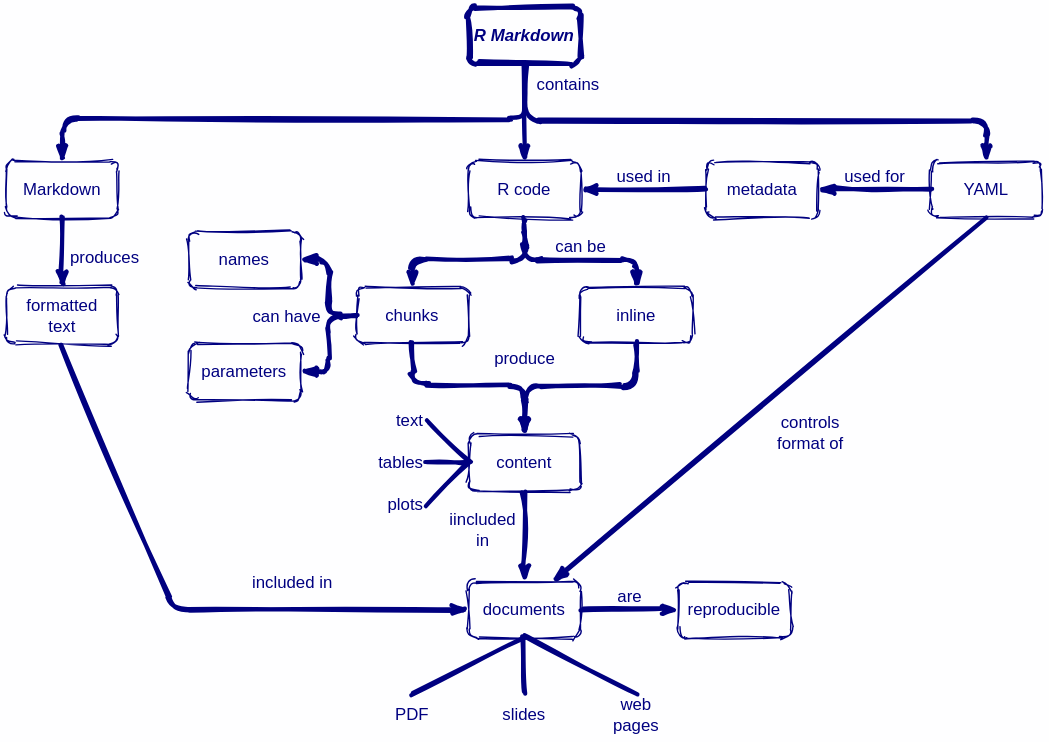
The draw.io diagram en/rmarkdown.svg in rstudio/concept-maps, before a commit. Source tidied: cells renumbered, new cells last; positions are measured from the earlier drawing's top-left corner, leaving out a move shared by most shapes.
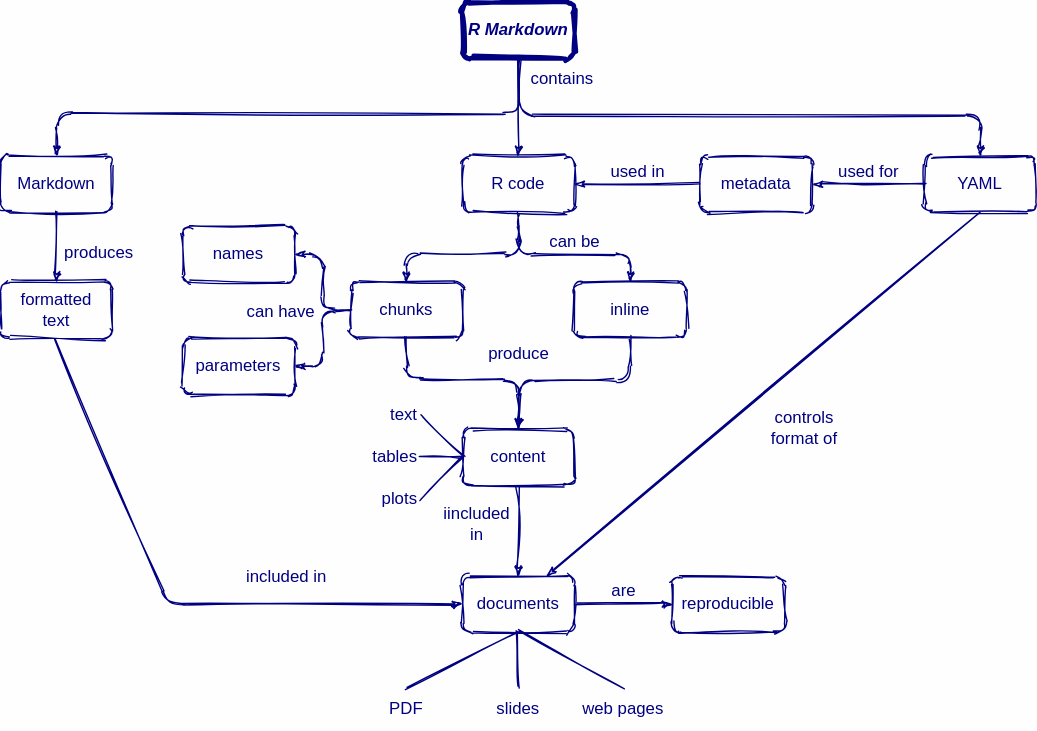
Later version of the same file.

What changed in the source:
```diff
@@ -4,6 +4,6 @@
     <mxCell id="1" parent="0" />
-    <mxCell id="2" value="produces" style="edgeStyle=none;rounded=1;html=1;labelBackgroundColor=none;startArrow=none;startFill=0;startSize=5;endArrow=classicThin;endFill=1;endSize=5;jettySize=auto;strokeWidth=3;fontFamily=Helvetica;fontSize=12;entryX=0.5;entryY=0;entryDx=0;entryDy=0;verticalAlign=bottom;sketch=1;exitX=0.5;exitY=1;exitDx=0;exitDy=0;fontColor=#000080;strokeColor=#000080;" parent="1" edge="1" source="32" target="38">
+    <mxCell id="2" value="produces" style="edgeStyle=none;rounded=1;html=1;labelBackgroundColor=none;startArrow=none;startFill=0;startSize=5;endArrow=classicThin;endFill=1;endSize=5;jettySize=auto;strokeWidth=1;fontFamily=Helvetica;fontSize=12;entryX=0.5;entryY=0;entryDx=0;entryDy=0;verticalAlign=bottom;sketch=1;exitX=0.5;exitY=1;exitDx=0;exitDy=0;fontColor=#000080;strokeColor=#000080;" parent="1" edge="1" source="32" target="38">
       <mxGeometry x="0.5" y="30" relative="1" as="geometry" />
     </mxCell>
-    <mxCell id="3" style="edgeStyle=none;rounded=1;html=1;labelBackgroundColor=none;startArrow=none;startFill=0;startSize=5;endArrow=classicThin;endFill=1;endSize=5;jettySize=auto;strokeWidth=3;fontFamily=Helvetica;fontSize=12;entryX=0.5;entryY=0;entryDx=0;entryDy=0;verticalAlign=bottom;sketch=1;exitX=0.5;exitY=1;exitDx=0;exitDy=0;fontColor=#000080;strokeColor=#000080;" parent="1" edge="1" source="31" target="32">
+    <mxCell id="3" style="edgeStyle=none;rounded=1;html=1;labelBackgroundColor=none;startArrow=none;startFill=0;startSize=5;endArrow=classicThin;endFill=1;endSize=5;jettySize=auto;strokeWidth=1;fontFamily=Helvetica;fontSize=12;entryX=0.5;entryY=0;entryDx=0;entryDy=0;verticalAlign=bottom;sketch=1;exitX=0.5;exitY=1;exitDx=0;exitDy=0;fontColor=#000080;strokeColor=#000080;" parent="1" edge="1" source="31" target="32">
       <mxGeometry relative="1" as="geometry">
@@ -15,3 +15,3 @@
     </mxCell>
-    <mxCell id="4" style="edgeStyle=none;rounded=1;html=1;labelBackgroundColor=none;startArrow=none;startFill=0;startSize=5;endArrow=classicThin;endFill=1;endSize=5;jettySize=auto;strokeWidth=3;fontFamily=Helvetica;fontSize=12;entryX=0.5;entryY=0;entryDx=0;entryDy=0;verticalAlign=bottom;sketch=1;exitX=0.5;exitY=1;exitDx=0;exitDy=0;fontColor=#000080;strokeColor=#000080;" parent="1" edge="1" source="31" target="33">
+    <mxCell id="4" style="edgeStyle=none;rounded=1;html=1;labelBackgroundColor=none;startArrow=none;startFill=0;startSize=5;endArrow=classicThin;endFill=1;endSize=5;jettySize=auto;strokeWidth=1;fontFamily=Helvetica;fontSize=12;entryX=0.5;entryY=0;entryDx=0;entryDy=0;verticalAlign=bottom;sketch=1;exitX=0.5;exitY=1;exitDx=0;exitDy=0;fontColor=#000080;strokeColor=#000080;" parent="1" edge="1" source="31" target="33">
       <mxGeometry relative="1" as="geometry" />
@@ -23,18 +23,18 @@
     </mxCell>
-    <mxCell id="6" style="edgeStyle=none;rounded=1;html=1;labelBackgroundColor=none;startArrow=none;startFill=0;startSize=5;endArrow=classicThin;endFill=1;endSize=5;jettySize=auto;strokeWidth=3;fontFamily=Helvetica;fontSize=12;entryX=0.5;entryY=0;entryDx=0;entryDy=0;verticalAlign=bottom;sketch=1;fontColor=#000080;strokeColor=#000080;" parent="1" edge="1" target="34">
-      <mxGeometry relative="1" as="geometry">
-        <mxPoint x="370" y="40" as="sourcePoint" />
-        <Array as="points">
-          <mxPoint x="370" y="80" />
-          <mxPoint x="700" y="80" />
-        </Array>
-      </mxGeometry>
-    </mxCell>
+    <mxCell id="44" style="edgeStyle=none;rounded=1;html=1;labelBackgroundColor=none;startArrow=none;startFill=0;startSize=5;endArrow=classicThin;endFill=1;endSize=5;jettySize=auto;strokeWidth=1;fontFamily=Helvetica;fontSize=12;entryX=0.5;entryY=0;entryDx=0;entryDy=0;verticalAlign=bottom;sketch=1;fontColor=#000080;strokeColor=#000080;" parent="1" edge="1" target="34">
+      <mxGeometry relative="1" as="geometry">
+        <mxPoint x="370" y="40" as="sourcePoint" />
+        <Array as="points">
+          <mxPoint x="370" y="80" />
+          <mxPoint x="700" y="80" />
+        </Array>
+      </mxGeometry>
+    </mxCell>
-    <mxCell id="7" value="used for" style="edgeStyle=none;rounded=1;html=1;labelBackgroundColor=none;startArrow=none;startFill=0;startSize=5;endArrow=classicThin;endFill=1;endSize=5;jettySize=auto;strokeWidth=3;fontFamily=Helvetica;fontSize=12;entryX=1;entryY=0.5;entryDx=0;entryDy=0;verticalAlign=bottom;sketch=1;exitX=0;exitY=0.5;exitDx=0;exitDy=0;fontColor=#000080;strokeColor=#000080;" parent="1" edge="1" source="34" target="35">
+    <mxCell id="7" value="used for" style="edgeStyle=none;rounded=1;html=1;labelBackgroundColor=none;startArrow=none;startFill=0;startSize=5;endArrow=classicThin;endFill=1;endSize=5;jettySize=auto;strokeWidth=1;fontFamily=Helvetica;fontSize=12;entryX=1;entryY=0.5;entryDx=0;entryDy=0;verticalAlign=bottom;sketch=1;exitX=0;exitY=0.5;exitDx=0;exitDy=0;fontColor=#000080;strokeColor=#000080;" parent="1" edge="1" source="34" target="35">
       <mxGeometry relative="1" as="geometry" />
     </mxCell>
-    <mxCell id="8" value="used in" style="edgeStyle=none;rounded=1;html=1;labelBackgroundColor=none;startArrow=none;startFill=0;startSize=5;endArrow=classicThin;endFill=1;endSize=5;jettySize=auto;strokeWidth=3;fontFamily=Helvetica;fontSize=12;entryX=1;entryY=0.5;entryDx=0;entryDy=0;verticalAlign=bottom;sketch=1;exitX=0;exitY=0.5;exitDx=0;exitDy=0;fontColor=#000080;strokeColor=#000080;" parent="1" edge="1" source="35" target="33">
+    <mxCell id="8" value="used in" style="edgeStyle=none;rounded=1;html=1;labelBackgroundColor=none;startArrow=none;startFill=0;startSize=5;endArrow=classicThin;endFill=1;endSize=5;jettySize=auto;strokeWidth=1;fontFamily=Helvetica;fontSize=12;entryX=1;entryY=0.5;entryDx=0;entryDy=0;verticalAlign=bottom;sketch=1;exitX=0;exitY=0.5;exitDx=0;exitDy=0;fontColor=#000080;strokeColor=#000080;" parent="1" edge="1" source="35" target="33">
       <mxGeometry relative="1" as="geometry" />
     </mxCell>
-    <mxCell id="9" style="edgeStyle=none;rounded=1;html=1;labelBackgroundColor=none;startArrow=none;startFill=0;startSize=5;endArrow=classicThin;endFill=1;endSize=5;jettySize=auto;strokeWidth=3;fontFamily=Helvetica;fontSize=12;entryX=0.5;entryY=0;entryDx=0;entryDy=0;verticalAlign=bottom;sketch=1;exitX=0.5;exitY=1;exitDx=0;exitDy=0;fontColor=#000080;strokeColor=#000080;" parent="1" edge="1" source="33" target="37">
+    <mxCell id="9" style="edgeStyle=none;rounded=1;html=1;labelBackgroundColor=none;startArrow=none;startFill=0;startSize=5;endArrow=classicThin;endFill=1;endSize=5;jettySize=auto;strokeWidth=1;fontFamily=Helvetica;fontSize=12;entryX=0.5;entryY=0;entryDx=0;entryDy=0;verticalAlign=bottom;sketch=1;exitX=0.5;exitY=1;exitDx=0;exitDy=0;fontColor=#000080;strokeColor=#000080;" parent="1" edge="1" source="33" target="37">
       <mxGeometry relative="1" as="geometry">
@@ -46,3 +46,3 @@
     </mxCell>
-    <mxCell id="10" value="can be" style="edgeStyle=none;rounded=1;html=1;labelBackgroundColor=none;startArrow=none;startFill=0;startSize=5;endArrow=classicThin;endFill=1;endSize=5;jettySize=auto;strokeWidth=3;fontFamily=Helvetica;fontSize=12;entryX=0.5;entryY=0;entryDx=0;entryDy=0;verticalAlign=bottom;sketch=1;fontColor=#000080;strokeColor=#000080;" parent="1" edge="1" target="36">
+    <mxCell id="10" value="can be" style="edgeStyle=none;rounded=1;html=1;labelBackgroundColor=none;startArrow=none;startFill=0;startSize=5;endArrow=classicThin;endFill=1;endSize=5;jettySize=auto;strokeWidth=1;fontFamily=Helvetica;fontSize=12;entryX=0.5;entryY=0;entryDx=0;entryDy=0;verticalAlign=bottom;sketch=1;fontColor=#000080;strokeColor=#000080;" parent="1" edge="1" target="36">
       <mxGeometry relative="1" as="geometry">
@@ -55,3 +55,3 @@
     </mxCell>
-    <mxCell id="11" style="edgeStyle=none;rounded=1;html=1;labelBackgroundColor=none;startArrow=none;startFill=0;startSize=5;endArrow=classicThin;endFill=1;endSize=5;jettySize=auto;strokeWidth=3;fontFamily=Helvetica;fontSize=12;entryX=1;entryY=0.5;entryDx=0;entryDy=0;verticalAlign=bottom;sketch=1;exitX=0;exitY=0.5;exitDx=0;exitDy=0;fontColor=#000080;strokeColor=#000080;" parent="1" edge="1" source="37" target="41">
+    <mxCell id="11" style="edgeStyle=none;rounded=1;html=1;labelBackgroundColor=none;startArrow=none;startFill=0;startSize=5;endArrow=classicThin;endFill=1;endSize=5;jettySize=auto;strokeWidth=1;fontFamily=Helvetica;fontSize=12;entryX=1;entryY=0.5;entryDx=0;entryDy=0;verticalAlign=bottom;sketch=1;exitX=0;exitY=0.5;exitDx=0;exitDy=0;fontColor=#000080;strokeColor=#000080;" parent="1" edge="1" source="37" target="41">
       <mxGeometry relative="1" as="geometry">
@@ -63,3 +63,3 @@
     </mxCell>
-    <mxCell id="12" value="can have" style="edgeStyle=none;rounded=1;html=1;labelBackgroundColor=none;startArrow=none;startFill=0;startSize=5;endArrow=classicThin;endFill=1;endSize=5;jettySize=auto;strokeWidth=3;fontFamily=Helvetica;fontSize=12;entryX=1;entryY=0.5;entryDx=0;entryDy=0;verticalAlign=bottom;sketch=1;exitX=0;exitY=0.5;exitDx=0;exitDy=0;fontColor=#000080;strokeColor=#000080;" parent="1" edge="1" source="37" target="42">
+    <mxCell id="12" value="can have" style="edgeStyle=none;rounded=1;html=1;labelBackgroundColor=none;startArrow=none;startFill=0;startSize=5;endArrow=classicThin;endFill=1;endSize=5;jettySize=auto;strokeWidth=1;fontFamily=Helvetica;fontSize=12;entryX=1;entryY=0.5;entryDx=0;entryDy=0;verticalAlign=bottom;sketch=1;exitX=0;exitY=0.5;exitDx=0;exitDy=0;fontColor=#000080;strokeColor=#000080;" parent="1" edge="1" source="37" target="42">
       <mxGeometry x="1" y="-32" relative="1" as="geometry">
@@ -72,3 +72,3 @@
     </mxCell>
-    <mxCell id="13" value="included in" style="edgeStyle=none;rounded=1;html=1;labelBackgroundColor=none;startArrow=none;startFill=0;startSize=5;endArrow=classicThin;endFill=1;endSize=5;jettySize=auto;strokeWidth=3;fontFamily=Helvetica;fontSize=12;entryX=0;entryY=0.5;entryDx=0;entryDy=0;verticalAlign=bottom;sketch=1;exitX=0.5;exitY=1;exitDx=0;exitDy=0;fontColor=#000080;strokeColor=#000080;" parent="1" edge="1" source="38" target="39">
+    <mxCell id="13" value="included in" style="edgeStyle=none;rounded=1;html=1;labelBackgroundColor=none;startArrow=none;startFill=0;startSize=5;endArrow=classicThin;endFill=1;endSize=5;jettySize=auto;strokeWidth=1;fontFamily=Helvetica;fontSize=12;entryX=0;entryY=0.5;entryDx=0;entryDy=0;verticalAlign=bottom;sketch=1;exitX=0.5;exitY=1;exitDx=0;exitDy=0;fontColor=#000080;strokeColor=#000080;" parent="1" edge="1" source="38" target="39">
       <mxGeometry x="0.39" y="10" relative="1" as="geometry">
@@ -79,3 +79,3 @@
     </mxCell>
-    <mxCell id="14" value="are" style="edgeStyle=none;rounded=1;html=1;labelBackgroundColor=none;startArrow=none;startFill=0;startSize=5;endArrow=classicThin;endFill=1;endSize=5;jettySize=auto;strokeWidth=3;fontFamily=Helvetica;fontSize=12;entryX=0;entryY=0.5;entryDx=0;entryDy=0;verticalAlign=bottom;sketch=1;exitX=1;exitY=0.5;exitDx=0;exitDy=0;fontColor=#000080;strokeColor=#000080;" parent="1" edge="1" source="39" target="40">
+    <mxCell id="14" value="are" style="edgeStyle=none;rounded=1;html=1;labelBackgroundColor=none;startArrow=none;startFill=0;startSize=5;endArrow=classicThin;endFill=1;endSize=5;jettySize=auto;strokeWidth=1;fontFamily=Helvetica;fontSize=12;entryX=0;entryY=0.5;entryDx=0;entryDy=0;verticalAlign=bottom;sketch=1;exitX=1;exitY=0.5;exitDx=0;exitDy=0;fontColor=#000080;strokeColor=#000080;" parent="1" edge="1" source="39" target="40">
       <mxGeometry relative="1" as="geometry" />
@@ -88,15 +88,15 @@
     </mxCell>
-    <mxCell id="17" value="web&lt;br&gt;pages" style="text;html=1;strokeColor=none;fillColor=none;align=center;verticalAlign=middle;whiteSpace=wrap;rounded=0;labelBackgroundColor=none;fontColor=#000080;" parent="1" vertex="1">
-      <mxGeometry x="430" y="490" width="40" height="30" as="geometry" />
+    <mxCell id="17" value="web pages" style="text;html=1;strokeColor=none;fillColor=none;align=center;verticalAlign=middle;whiteSpace=wrap;rounded=0;labelBackgroundColor=none;fontColor=#000080;" parent="1" vertex="1">
+      <mxGeometry x="410" y="490" width="70" height="30" as="geometry" />
     </mxCell>
-    <mxCell id="18" style="edgeStyle=none;rounded=1;html=1;labelBackgroundColor=none;startArrow=none;startFill=0;startSize=5;endArrow=none;endFill=0;endSize=5;jettySize=auto;strokeWidth=3;fontFamily=Helvetica;fontSize=12;entryX=0.5;entryY=0;entryDx=0;entryDy=0;verticalAlign=bottom;sketch=1;exitX=0.5;exitY=1;exitDx=0;exitDy=0;fontColor=#000080;strokeColor=#000080;" parent="1" edge="1" source="39" target="15">
+    <mxCell id="18" style="edgeStyle=none;rounded=1;html=1;labelBackgroundColor=none;startArrow=none;startFill=0;startSize=5;endArrow=none;endFill=0;endSize=5;jettySize=auto;strokeWidth=1;fontFamily=Helvetica;fontSize=12;entryX=0.5;entryY=0;entryDx=0;entryDy=0;verticalAlign=bottom;sketch=1;exitX=0.5;exitY=1;exitDx=0;exitDy=0;fontColor=#000080;strokeColor=#000080;" parent="1" edge="1" source="39" target="15">
       <mxGeometry relative="1" as="geometry" />
     </mxCell>
-    <mxCell id="19" style="edgeStyle=none;rounded=1;html=1;labelBackgroundColor=none;startArrow=none;startFill=0;startSize=5;endArrow=none;endFill=0;endSize=5;jettySize=auto;strokeWidth=3;fontFamily=Helvetica;fontSize=12;entryX=0.5;entryY=0;entryDx=0;entryDy=0;verticalAlign=bottom;sketch=1;exitX=0.5;exitY=1;exitDx=0;exitDy=0;fontColor=#000080;strokeColor=#000080;" parent="1" edge="1" source="39" target="16">
+    <mxCell id="19" style="edgeStyle=none;rounded=1;html=1;labelBackgroundColor=none;startArrow=none;startFill=0;startSize=5;endArrow=none;endFill=0;endSize=5;jettySize=auto;strokeWidth=1;fontFamily=Helvetica;fontSize=12;entryX=0.5;entryY=0;entryDx=0;entryDy=0;verticalAlign=bottom;sketch=1;exitX=0.5;exitY=1;exitDx=0;exitDy=0;fontColor=#000080;strokeColor=#000080;" parent="1" edge="1" source="39" target="16">
       <mxGeometry relative="1" as="geometry" />
     </mxCell>
-    <mxCell id="20" style="edgeStyle=none;rounded=1;html=1;labelBackgroundColor=none;startArrow=none;startFill=0;startSize=5;endArrow=none;endFill=0;endSize=5;jettySize=auto;strokeWidth=3;fontFamily=Helvetica;fontSize=12;entryX=0.5;entryY=0;entryDx=0;entryDy=0;verticalAlign=bottom;sketch=1;exitX=0.5;exitY=1;exitDx=0;exitDy=0;fontColor=#000080;strokeColor=#000080;" parent="1" edge="1" source="39" target="17">
+    <mxCell id="20" style="edgeStyle=none;rounded=1;html=1;labelBackgroundColor=none;startArrow=none;startFill=0;startSize=5;endArrow=none;endFill=0;endSize=5;jettySize=auto;strokeWidth=1;fontFamily=Helvetica;fontSize=12;entryX=0.5;entryY=0;entryDx=0;entryDy=0;verticalAlign=bottom;sketch=1;exitX=0.5;exitY=1;exitDx=0;exitDy=0;fontColor=#000080;strokeColor=#000080;" parent="1" edge="1" source="39" target="17">
       <mxGeometry relative="1" as="geometry" />
     </mxCell>
-    <mxCell id="21" value="produce" style="edgeStyle=none;rounded=1;html=1;labelBackgroundColor=none;startArrow=none;startFill=0;startSize=5;endArrow=classicThin;endFill=1;endSize=5;jettySize=auto;strokeWidth=3;fontFamily=Helvetica;fontSize=12;entryX=0.5;entryY=0;entryDx=0;entryDy=0;verticalAlign=bottom;sketch=1;exitX=0.5;exitY=1;exitDx=0;exitDy=0;fontColor=#000080;strokeColor=#000080;" parent="1" edge="1" source="37" target="43">
+    <mxCell id="21" value="produce" style="edgeStyle=none;rounded=1;html=1;labelBackgroundColor=none;startArrow=none;startFill=0;startSize=5;endArrow=classicThin;endFill=1;endSize=5;jettySize=auto;strokeWidth=1;fontFamily=Helvetica;fontSize=12;entryX=0.5;entryY=0;entryDx=0;entryDy=0;verticalAlign=bottom;sketch=1;exitX=0.5;exitY=1;exitDx=0;exitDy=0;fontColor=#000080;strokeColor=#000080;" parent="1" edge="1" source="37" target="43">
       <mxGeometry x="0.52" y="10" relative="1" as="geometry">
@@ -109,3 +109,3 @@
     </mxCell>
-    <mxCell id="22" style="edgeStyle=none;rounded=1;html=1;labelBackgroundColor=none;startArrow=none;startFill=0;startSize=5;endArrow=classicThin;endFill=1;endSize=5;jettySize=auto;strokeWidth=3;fontFamily=Helvetica;fontSize=12;entryX=0.5;entryY=0;entryDx=0;entryDy=0;verticalAlign=bottom;sketch=1;exitX=0.5;exitY=1;exitDx=0;exitDy=0;fontColor=#000080;strokeColor=#000080;" parent="1" edge="1" source="36" target="43">
+    <mxCell id="22" style="edgeStyle=none;rounded=1;html=1;labelBackgroundColor=none;startArrow=none;startFill=0;startSize=5;endArrow=classicThin;endFill=1;endSize=5;jettySize=auto;strokeWidth=1;fontFamily=Helvetica;fontSize=12;entryX=0.5;entryY=0;entryDx=0;entryDy=0;verticalAlign=bottom;sketch=1;exitX=0.5;exitY=1;exitDx=0;exitDy=0;fontColor=#000080;strokeColor=#000080;" parent="1" edge="1" source="36" target="43">
       <mxGeometry relative="1" as="geometry">
@@ -117,3 +117,3 @@
     </mxCell>
-    <mxCell id="23" value="iincluded&lt;br&gt;in" style="edgeStyle=none;rounded=1;html=1;labelBackgroundColor=none;startArrow=none;startFill=0;startSize=5;endArrow=classicThin;endFill=1;endSize=5;jettySize=auto;strokeWidth=3;fontFamily=Helvetica;fontSize=12;entryX=0.5;entryY=0;entryDx=0;entryDy=0;verticalAlign=bottom;sketch=1;exitX=0.5;exitY=1;exitDx=0;exitDy=0;fontColor=#000080;strokeColor=#000080;" parent="1" edge="1" source="43" target="39">
+    <mxCell id="23" value="iincluded&lt;br&gt;in" style="edgeStyle=none;rounded=1;html=1;labelBackgroundColor=none;startArrow=none;startFill=0;startSize=5;endArrow=classicThin;endFill=1;endSize=5;jettySize=auto;strokeWidth=1;fontFamily=Helvetica;fontSize=12;entryX=0.5;entryY=0;entryDx=0;entryDy=0;verticalAlign=bottom;sketch=1;exitX=0.5;exitY=1;exitDx=0;exitDy=0;fontColor=#000080;strokeColor=#000080;" parent="1" edge="1" source="43" target="39">
       <mxGeometry x="0.38" y="-30" relative="1" as="geometry" />
@@ -129,12 +129,12 @@
     </mxCell>
-    <mxCell id="27" value="controls&lt;br&gt;format of" style="edgeStyle=none;rounded=1;html=1;labelBackgroundColor=none;startArrow=none;startFill=0;startSize=5;endArrow=classicThin;endFill=1;endSize=5;jettySize=auto;strokeWidth=3;fontFamily=Helvetica;fontSize=12;entryX=0.75;entryY=0;entryDx=0;entryDy=0;verticalAlign=bottom;sketch=1;exitX=0.5;exitY=1;exitDx=0;exitDy=0;fontColor=#000080;strokeColor=#000080;" parent="1" edge="1" source="34" target="39">
+    <mxCell id="27" value="controls&lt;br&gt;format of" style="edgeStyle=none;rounded=1;html=1;labelBackgroundColor=none;startArrow=none;startFill=0;startSize=5;endArrow=classicThin;endFill=1;endSize=5;jettySize=auto;strokeWidth=1;fontFamily=Helvetica;fontSize=12;entryX=0.75;entryY=0;entryDx=0;entryDy=0;verticalAlign=bottom;sketch=1;exitX=0.5;exitY=1;exitDx=0;exitDy=0;fontColor=#000080;strokeColor=#000080;" parent="1" edge="1" source="34" target="39">
       <mxGeometry x="0.02" y="50" relative="1" as="geometry" />
     </mxCell>
-    <mxCell id="28" style="edgeStyle=none;rounded=1;html=1;labelBackgroundColor=none;startArrow=none;startFill=0;startSize=5;endArrow=none;endFill=0;endSize=5;jettySize=auto;strokeWidth=3;fontFamily=Helvetica;fontSize=12;entryX=1;entryY=0.5;entryDx=0;entryDy=0;verticalAlign=bottom;sketch=1;exitX=0;exitY=0.5;exitDx=0;exitDy=0;fontColor=#000080;strokeColor=#000080;" parent="1" edge="1" source="43" target="24">
+    <mxCell id="28" style="edgeStyle=none;rounded=1;html=1;labelBackgroundColor=none;startArrow=none;startFill=0;startSize=5;endArrow=none;endFill=0;endSize=5;jettySize=auto;strokeWidth=1;fontFamily=Helvetica;fontSize=12;entryX=1;entryY=0.5;entryDx=0;entryDy=0;verticalAlign=bottom;sketch=1;exitX=0;exitY=0.5;exitDx=0;exitDy=0;fontColor=#000080;strokeColor=#000080;" parent="1" edge="1" source="43" target="24">
       <mxGeometry relative="1" as="geometry" />
     </mxCell>
-    <mxCell id="29" style="edgeStyle=none;rounded=1;html=1;labelBackgroundColor=none;startArrow=none;startFill=0;startSize=5;endArrow=none;endFill=0;endSize=5;jettySize=auto;strokeWidth=3;fontFamily=Helvetica;fontSize=12;entryX=1;entryY=0.5;entryDx=0;entryDy=0;verticalAlign=bottom;sketch=1;exitX=0;exitY=0.5;exitDx=0;exitDy=0;fontColor=#000080;strokeColor=#000080;" parent="1" edge="1" source="43" target="25">
+    <mxCell id="29" style="edgeStyle=none;rounded=1;html=1;labelBackgroundColor=none;startArrow=none;startFill=0;startSize=5;endArrow=none;endFill=0;endSize=5;jettySize=auto;strokeWidth=1;fontFamily=Helvetica;fontSize=12;entryX=1;entryY=0.5;entryDx=0;entryDy=0;verticalAlign=bottom;sketch=1;exitX=0;exitY=0.5;exitDx=0;exitDy=0;fontColor=#000080;strokeColor=#000080;" parent="1" edge="1" source="43" target="25">
       <mxGeometry relative="1" as="geometry" />
     </mxCell>
-    <mxCell id="30" style="edgeStyle=none;rounded=1;html=1;labelBackgroundColor=none;startArrow=none;startFill=0;startSize=5;endArrow=none;endFill=0;endSize=5;jettySize=auto;strokeWidth=3;fontFamily=Helvetica;fontSize=12;entryX=1;entryY=0.5;entryDx=0;entryDy=0;verticalAlign=bottom;sketch=1;exitX=0;exitY=0.5;exitDx=0;exitDy=0;fontColor=#000080;strokeColor=#000080;" parent="1" edge="1" source="43" target="26">
+    <mxCell id="30" style="edgeStyle=none;rounded=1;html=1;labelBackgroundColor=none;startArrow=none;startFill=0;startSize=5;endArrow=none;endFill=0;endSize=5;jettySize=auto;strokeWidth=1;fontFamily=Helvetica;fontSize=12;entryX=1;entryY=0.5;entryDx=0;entryDy=0;verticalAlign=bottom;sketch=1;exitX=0;exitY=0.5;exitDx=0;exitDy=0;fontColor=#000080;strokeColor=#000080;" parent="1" edge="1" source="43" target="26">
       <mxGeometry relative="1" as="geometry" />
```
